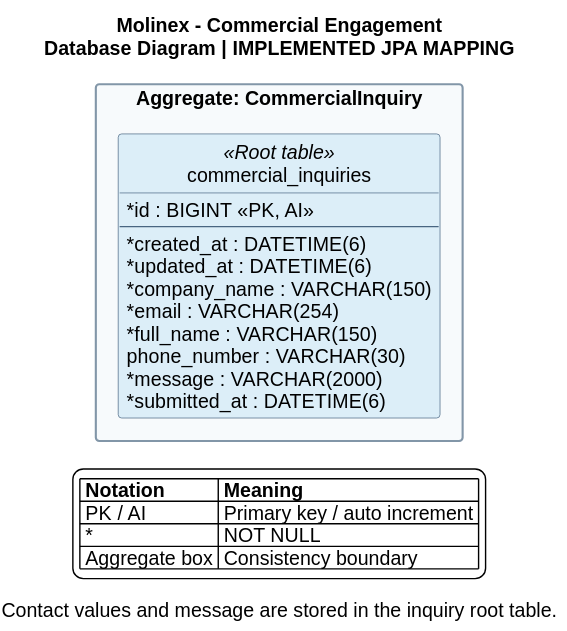
Earlier version of the PlantUML export assets/Images Chapter 4/Database Design/Database Diagrams/commercial-engagement-database.svg (Vanguard-open-source/molinex-report).
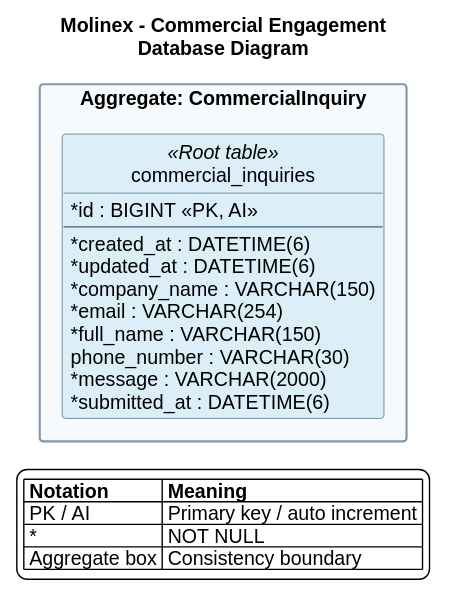
Above is the later version.

What changed in the source:
```diff
@@ -13,10 +13,7 @@
 skinparam ranksep 75
 skinparam classBorderColor #486581
 skinparam packageBorderColor #8296A8
-title Molinex - Commercial Engagement\nDatabase Diagram | IMPLEMENTED JPA MAPPING
-caption
-Contact values and message are stored in the inquiry root table.
-endcaption
+title Molinex - Commercial Engagement\nDatabase Diagram
 package "Aggregate: CommercialInquiry" as aggregate_0 #F7FAFC {
 entity "commercial_inquiries" as commercial_inquiries <<Root table>> #DCEEF8 {
   * id : BIGINT <<PK, AI>>
```
